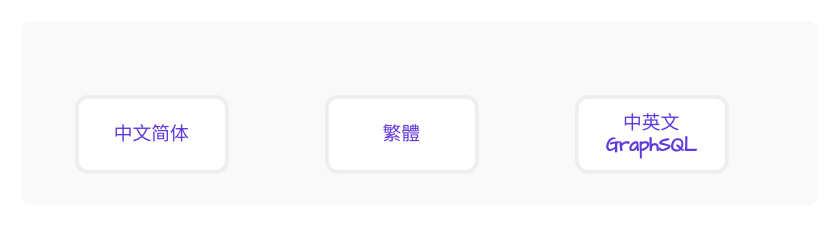
Above: chinese_test.drawio in 2pc/mydrawio (draw.io), before the change. Source tidied: cells renumbered, new cells numbered last; positions are measured from the earlier drawing's top-left corner, leaving out a move shared by most shapes. Both pictures are drawn from the tidied source at 125%, with x=0, y=0 at pixel (22, 22).
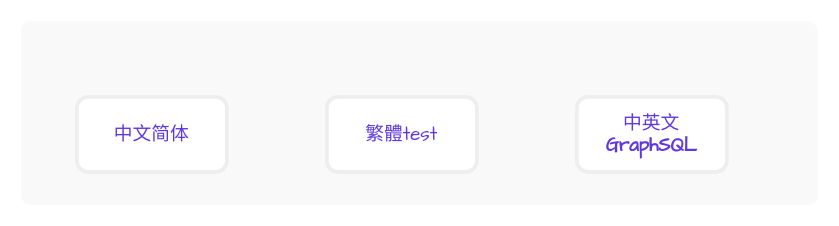
The same diagram, later.

Change to the diagram source:
```diff
@@
 <mxGraphModel>
   <root>
     <mxCell id="0" />
     <mxCell id="1" parent="0" />
     <mxCell id="2" style="rounded=1;whiteSpace=wrap;html=1;fillColor=#F9F9F9;arcSize=4;shadow=0;strokeWidth=3;strokeColor=#F9F9F9;" parent="1" vertex="1">
       <mxGeometry width="634" height="144" as="geometry" />
     </mxCell>
     <mxCell id="3" value="&lt;font style=&quot;font-size: 15px&quot; face=&quot;Comic Sans MS&quot;&gt;&lt;span&gt;&lt;span&gt;&lt;span style=&quot;font-weight: 400;&quot;&gt;中文简体&lt;/span&gt;&lt;br&gt;&lt;/span&gt;&lt;/span&gt;&lt;/font&gt;" style="rounded=1;whiteSpace=wrap;html=1;shadow=0;strokeWidth=3;fillColor=#FFFFFF;strokeColor=#EEEEEE;fontColor=#5F39DD;fontStyle=1;gradientColor=#ffffff;" parent="1" vertex="1">
       <mxGeometry x="43" y="59" width="120" height="60" as="geometry" />
     </mxCell>
-    <mxCell id="4" value="&lt;font style=&quot;font-size: 15px&quot; face=&quot;Comic Sans MS&quot;&gt;&lt;span&gt;&lt;span&gt;&lt;span style=&quot;font-weight: 400;&quot;&gt;繁體&lt;/span&gt;&lt;br&gt;&lt;/span&gt;&lt;/span&gt;&lt;/font&gt;" style="rounded=1;whiteSpace=wrap;html=1;shadow=0;strokeWidth=3;fillColor=#FFFFFF;strokeColor=#EEEEEE;fontColor=#5F39DD;fontStyle=1;gradientColor=#ffffff;" parent="1" vertex="1">
+    <mxCell id="4" value="&lt;font style=&quot;font-size: 15px&quot; face=&quot;Comic Sans MS&quot;&gt;&lt;span&gt;&lt;span&gt;&lt;span style=&quot;font-weight: 400;&quot;&gt;繁體test&lt;/span&gt;&lt;br&gt;&lt;/span&gt;&lt;/span&gt;&lt;/font&gt;" style="rounded=1;whiteSpace=wrap;html=1;shadow=0;strokeWidth=3;fillColor=#FFFFFF;strokeColor=#EEEEEE;fontColor=#5F39DD;fontStyle=1;gradientColor=#ffffff;" parent="1" vertex="1">
       <mxGeometry x="243" y="59" width="120" height="60" as="geometry" />
     </mxCell>
     <mxCell id="5" value="&lt;font style=&quot;font-size: 15px&quot; face=&quot;Comic Sans MS&quot;&gt;&lt;span&gt;&lt;span&gt;&lt;span style=&quot;font-weight: normal&quot;&gt;中英文&lt;/span&gt;&lt;br&gt;GraphSQL&lt;br&gt;&lt;/span&gt;&lt;/span&gt;&lt;/font&gt;" style="rounded=1;whiteSpace=wrap;html=1;shadow=0;strokeWidth=3;fillColor=#FFFFFF;strokeColor=#EEEEEE;fontColor=#5F39DD;fontStyle=1;gradientColor=#ffffff;" parent="1" vertex="1">
       <mxGeometry x="443" y="59" width="120" height="60" as="geometry" />
     </mxCell>
   </root>
 </mxGraphModel>
```
